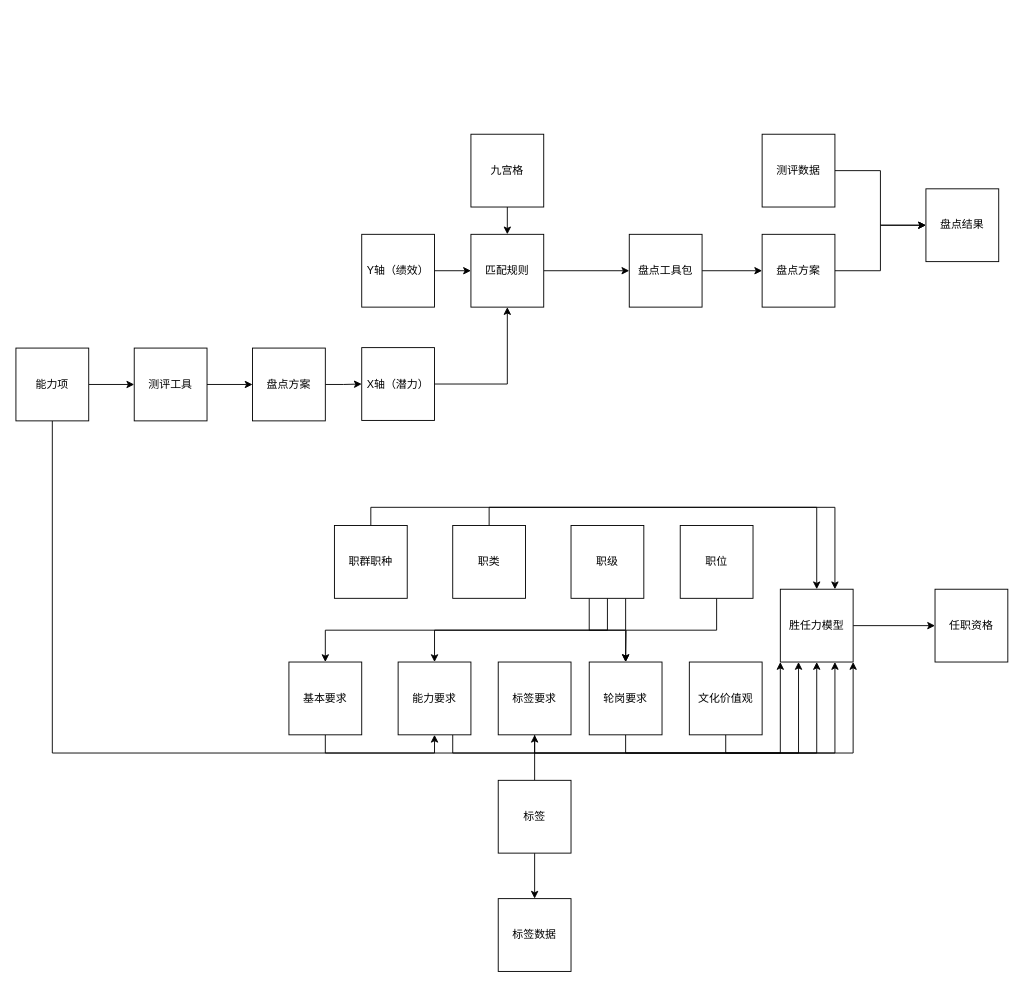
Earlier version of the draw.io diagram 人才发展.drawio (guzhao593/drawio-files). Source tidied: cells renumbered, new cells numbered last; positions are measured from the earlier drawing's top-left corner, leaving out a move shared by most shapes. Both pictures are drawn from the tidied source at 91%, with x=0, y=0 at pixel (15, 134).
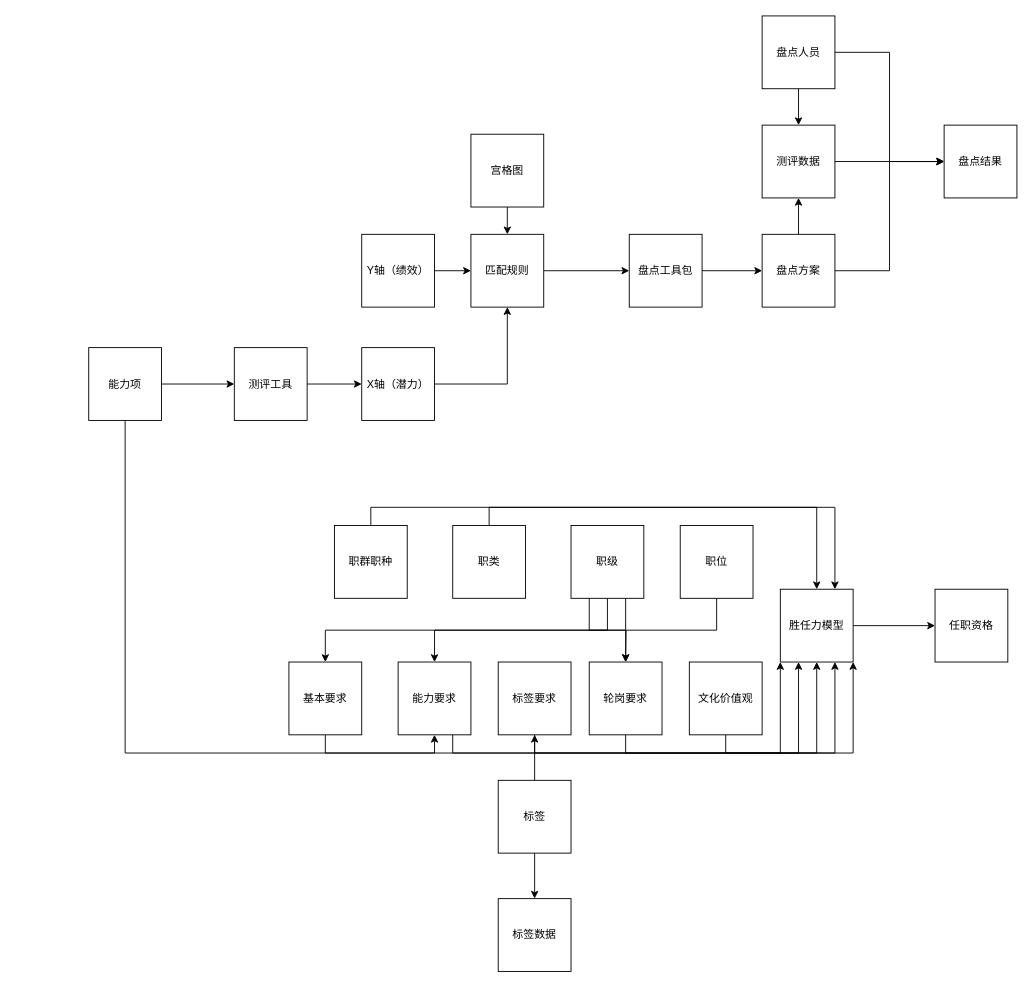
The same page after the edit.

Commit message (it also covers changes not shown here):
更新人才发展.drawio

The change refers to these unchanged cells:
```xml
<mxCell id="3" value="盘点方案" style="whiteSpace=wrap;html=1;" parent="1" vertex="1">
  <mxGeometry x="820" y="110" width="80" height="80" as="geometry" />
</mxCell>
<mxCell id="14" value="X轴（潜力）" style="whiteSpace=wrap;html=1;" parent="1" vertex="1">
  <mxGeometry x="380" y="234.5" width="80" height="80" as="geometry" />
</mxCell>
<mxCell id="32" value="能力要求" style="whiteSpace=wrap;html=1;" parent="1" vertex="1">
  <mxGeometry x="420" y="580" width="80" height="80" as="geometry" />
</mxCell>
```

The edit, as a diff of the source:
```diff
@@
-    <mxCell id="2" style="edgeStyle=orthogonalEdgeStyle;rounded=0;jettySize=auto;html=1;exitX=1;exitY=0.5;exitDx=0;exitDy=0;" parent="1" edge="1" source="3" target="6">
+    <mxCell id="2" style="edgeStyle=orthogonalEdgeStyle;rounded=0;jettySize=auto;html=1;exitX=1;exitY=0.5;exitDx=0;exitDy=0;entryX=0;entryY=0.5;entryDx=0;entryDy=0;" parent="1" edge="1" source="3" target="6">
       <mxGeometry relative="1" as="geometry" />
     </mxCell>
+    <mxCell id="51" style="edgeStyle=orthogonalEdgeStyle;rounded=0;jettySize=auto;html=1;exitX=0.5;exitY=0;exitDx=0;exitDy=0;entryX=0.5;entryY=1;entryDx=0;entryDy=0;" parent="1" edge="1" source="3" target="5">
+      <mxGeometry relative="1" as="geometry" />
+    </mxCell>
@@
     <mxCell id="5" value="测评数据" style="whiteSpace=wrap;html=1;" parent="1" vertex="1">
-      <mxGeometry x="820" width="80" height="80" as="geometry" />
+      <mxGeometry x="820" y="-10" width="80" height="80" as="geometry" />
     </mxCell>
     <mxCell id="6" value="盘点结果" style="whiteSpace=wrap;html=1;" parent="1" vertex="1">
-      <mxGeometry x="1000" y="60" width="80" height="80" as="geometry" />
+      <mxGeometry x="1020" y="-10" width="80" height="80" as="geometry" />
     </mxCell>
@@
-    <mxCell id="10" value="九宫格" style="whiteSpace=wrap;html=1;" parent="1" vertex="1">
+    <mxCell id="10" value="宫格图" style="whiteSpace=wrap;html=1;" parent="1" vertex="1">
       <mxGeometry x="500" width="80" height="80" as="geometry" />
     </mxCell>
@@
-    <mxCell id="15" style="edgeStyle=orthogonalEdgeStyle;rounded=0;jettySize=auto;html=1;exitX=1;exitY=0.5;exitDx=0;exitDy=0;entryX=0;entryY=0.5;entryDx=0;entryDy=0;" parent="1" edge="1" source="16" target="14">
-      <mxGeometry relative="1" as="geometry" />
-    </mxCell>
-    <mxCell id="16" value="盘点方案" style="whiteSpace=wrap;html=1;" parent="1" vertex="1">
-      <mxGeometry x="260" y="235" width="80" height="80" as="geometry" />
-    </mxCell>
-    <mxCell id="17" style="edgeStyle=orthogonalEdgeStyle;rounded=0;jettySize=auto;html=1;exitX=1;exitY=0.5;exitDx=0;exitDy=0;entryX=0;entryY=0.5;entryDx=0;entryDy=0;" parent="1" edge="1" source="18" target="16">
+    <mxCell id="17" style="edgeStyle=orthogonalEdgeStyle;rounded=0;jettySize=auto;html=1;exitX=1;exitY=0.5;exitDx=0;exitDy=0;" parent="1" edge="1" source="18" target="14">
       <mxGeometry relative="1" as="geometry" />
     </mxCell>
     <mxCell id="18" value="测评工具" style="whiteSpace=wrap;html=1;" parent="1" vertex="1">
-      <mxGeometry x="130" y="235" width="80" height="80" as="geometry" />
+      <mxGeometry x="240" y="234.5" width="80" height="80" as="geometry" />
     </mxCell>
-    <mxCell id="19" style="edgeStyle=orthogonalEdgeStyle;rounded=0;jettySize=auto;html=1;entryX=0.5;entryY=1;entryDx=0;entryDy=0;" parent="1" edge="1" source="21" target="32">
+    <mxCell id="19" style="edgeStyle=orthogonalEdgeStyle;rounded=0;jettySize=auto;html=1;entryX=0.5;entryY=1;entryDx=0;entryDy=0;exitX=0.5;exitY=1;exitDx=0;exitDy=0;" parent="1" edge="1" source="21" target="32">
       <mxGeometry relative="1" as="geometry">
         <Array as="points">
-          <mxPoint x="40" y="680" />
+          <mxPoint x="120" y="680" />
           <mxPoint x="460" y="680" />
         </Array>
       </mxGeometry>
     </mxCell>
@@
     <mxCell id="21" value="能力项" style="whiteSpace=wrap;html=1;" parent="1" vertex="1">
-      <mxGeometry y="235" width="80" height="80" as="geometry" />
+      <mxGeometry x="80" y="234.5" width="80" height="80" as="geometry" />
     </mxCell>
@@
+    <mxCell id="52" style="edgeStyle=orthogonalEdgeStyle;rounded=0;jettySize=auto;html=1;exitX=1;exitY=0.5;exitDx=0;exitDy=0;entryX=0;entryY=0.5;entryDx=0;entryDy=0;" parent="1" edge="1" source="54" target="6">
+      <mxGeometry relative="1" as="geometry" />
+    </mxCell>
+    <mxCell id="53" style="edgeStyle=orthogonalEdgeStyle;rounded=0;jettySize=auto;html=1;exitX=0.5;exitY=1;exitDx=0;exitDy=0;entryX=0.5;entryY=0;entryDx=0;entryDy=0;" parent="1" edge="1" source="54" target="5">
+      <mxGeometry relative="1" as="geometry" />
+    </mxCell>
+    <mxCell id="54" value="盘点人员" style="whiteSpace=wrap;html=1;" parent="1" vertex="1">
+      <mxGeometry x="820" y="-130" width="80" height="80" as="geometry" />
+    </mxCell>
```
